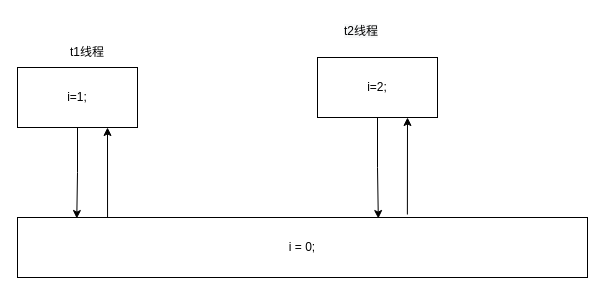
This is 内存可见性问题.drawio from HillCheuang/images, a draw.io file, before an edit. Source tidied: cells renumbered, new cells numbered last; positions are measured from the earlier drawing's top-left corner, leaving out a move shared by most shapes. Both pictures are drawn from the tidied source at 100%, with x=0, y=0 at pixel (17, 17).
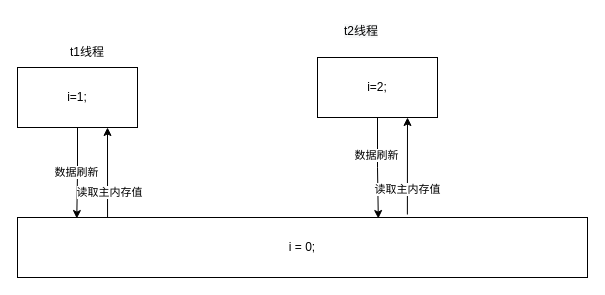
The same diagram, later.

Commit message (it also covers changes not shown here):
更新内存可见性问题.drawio

The edit, as a diff of the source:
```diff
@@
 <mxGraphModel>
   <root>
     <mxCell id="0" />
     <mxCell id="1" parent="0" />
-    <mxCell id="2" style="edgeStyle=orthogonalEdgeStyle;rounded=0;jettySize=auto;html=1;entryX=0.104;entryY=0.017;entryDx=0;entryDy=0;entryPerimeter=0;" parent="1" edge="1" source="3" target="6">
+    <mxCell id="2" value="数据刷新" style="edgeStyle=orthogonalEdgeStyle;rounded=0;jettySize=auto;html=1;entryX=0.104;entryY=0.017;entryDx=0;entryDy=0;entryPerimeter=0;" parent="1" edge="1" source="3" target="6">
       <mxGeometry relative="1" as="geometry" />
     </mxCell>
     <mxCell id="3" value="i=1;" style="rounded=0;whiteSpace=wrap;html=1;" parent="1" vertex="1">
       <mxGeometry y="50" width="120" height="60" as="geometry" />
     </mxCell>
     <mxCell id="4" style="edgeStyle=orthogonalEdgeStyle;rounded=0;jettySize=auto;html=1;entryX=0.633;entryY=0.017;entryDx=0;entryDy=0;entryPerimeter=0;" parent="1" edge="1" source="5" target="6">
       <mxGeometry relative="1" as="geometry" />
     </mxCell>
+    <mxCell id="11" value="数据刷新" style="edgeLabel;html=1;align=center;verticalAlign=middle;" parent="4" vertex="1">
+      <mxGeometry x="-0.28" y="-2" relative="1" as="geometry" />
+    </mxCell>
     <mxCell id="5" value="i=2;" style="rounded=0;whiteSpace=wrap;html=1;" parent="1" vertex="1">
       <mxGeometry x="300" y="40" width="120" height="60" as="geometry" />
     </mxCell>
     <mxCell id="6" value="i = 0;" style="rounded=0;whiteSpace=wrap;html=1;" parent="1" vertex="1">
       <mxGeometry y="200" width="570" height="60" as="geometry" />
     </mxCell>
     <mxCell id="7" value="t1线程" style="text;html=1;strokeColor=none;fillColor=none;align=center;verticalAlign=middle;whiteSpace=wrap;rounded=0;" parent="1" vertex="1">
       <mxGeometry x="40" y="20" width="60" height="30" as="geometry" />
     </mxCell>
     <mxCell id="8" value="&lt;span style=&quot;color: rgb(0, 0, 0); font-family: Helvetica; font-size: 12px; font-style: normal; font-variant-ligatures: normal; font-variant-caps: normal; font-weight: 400; letter-spacing: normal; orphans: 2; text-align: center; text-indent: 0px; text-transform: none; widows: 2; word-spacing: 0px; -webkit-text-stroke-width: 0px; background-color: rgb(248, 249, 250); text-decoration-thickness: initial; text-decoration-style: initial; text-decoration-color: initial; float: none; display: inline !important;&quot;&gt;t2线程&lt;/span&gt;" style="text;whiteSpace=wrap;html=1;" parent="1" vertex="1">
       <mxGeometry x="325" width="70" height="40" as="geometry" />
     </mxCell>
     <mxCell id="9" style="endArrow=classic;html=1;rounded=0;entryX=0.75;entryY=1;entryDx=0;entryDy=0;exitX=0.158;exitY=0;exitDx=0;exitDy=0;exitPerimeter=0;" parent="1" edge="1" source="6" target="3">
       <mxGeometry relative="1" as="geometry" />
     </mxCell>
+    <mxCell id="12" value="读取主内存值" style="edgeLabel;html=1;align=center;verticalAlign=middle;" parent="9" vertex="1">
+      <mxGeometry x="-0.31" y="-1" relative="1" as="geometry">
+        <mxPoint y="6" as="offset" />
+      </mxGeometry>
+    </mxCell>
     <mxCell id="10" style="endArrow=classic;html=1;rounded=0;entryX=0.75;entryY=1;entryDx=0;entryDy=0;exitX=0.684;exitY=-0.05;exitDx=0;exitDy=0;exitPerimeter=0;" parent="1" edge="1" source="6" target="5">
       <mxGeometry relative="1" as="geometry" />
     </mxCell>
+    <mxCell id="13" value="读取主内存值" style="edgeLabel;html=1;align=center;verticalAlign=middle;" parent="10" vertex="1">
+      <mxGeometry x="-0.47" relative="1" as="geometry" />
+    </mxCell>
   </root>
 </mxGraphModel>
```
